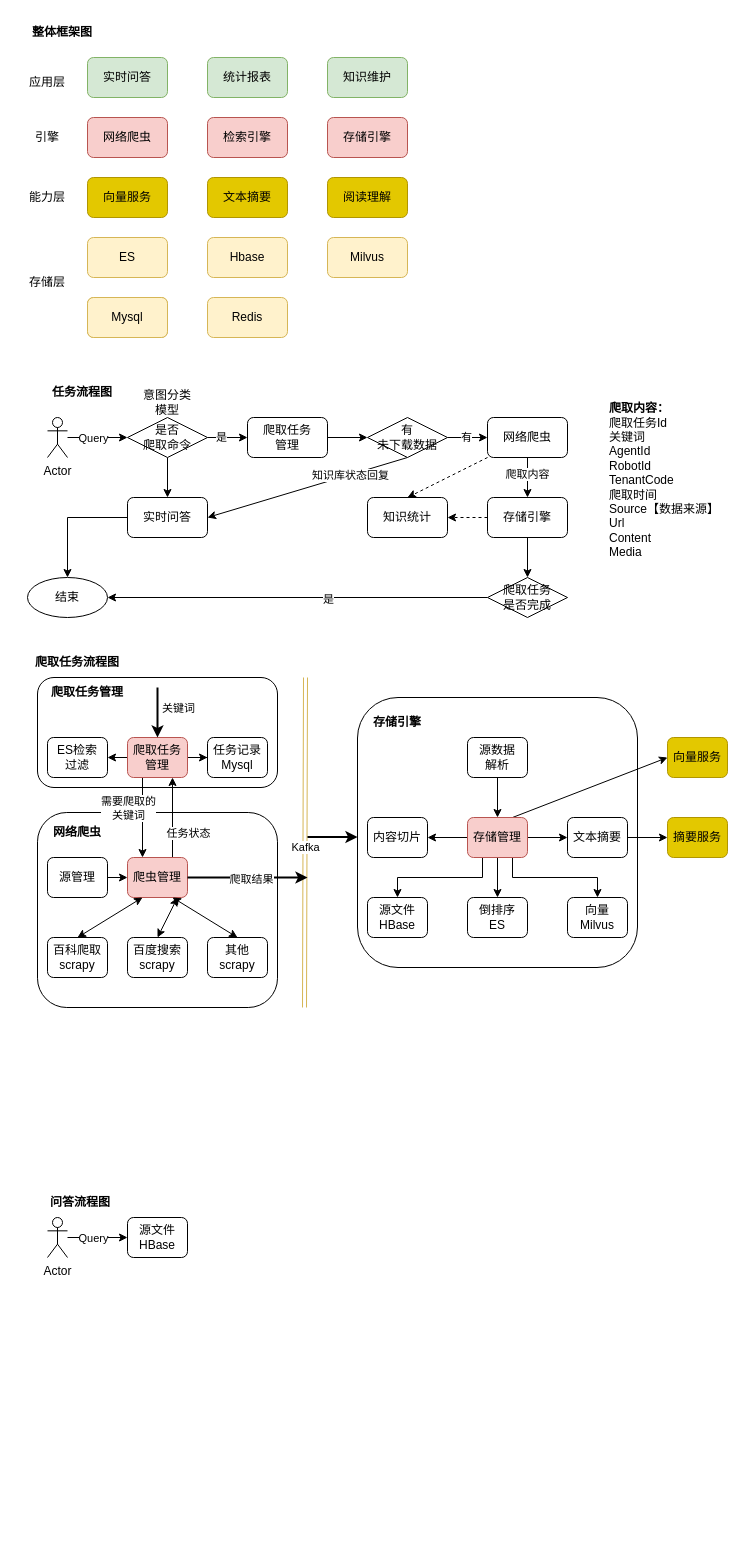
renzhan/drawio keeps this draw.io diagram as 实时问答WebPilot.drawio. Above is the earlier version. Source tidied: cells renumbered, new cells numbered last; positions are measured from the earlier drawing's top-left corner, leaving out a move shared by most shapes. Both pictures are drawn from the tidied source at 100%, with x=0, y=0 at pixel (17, 17).
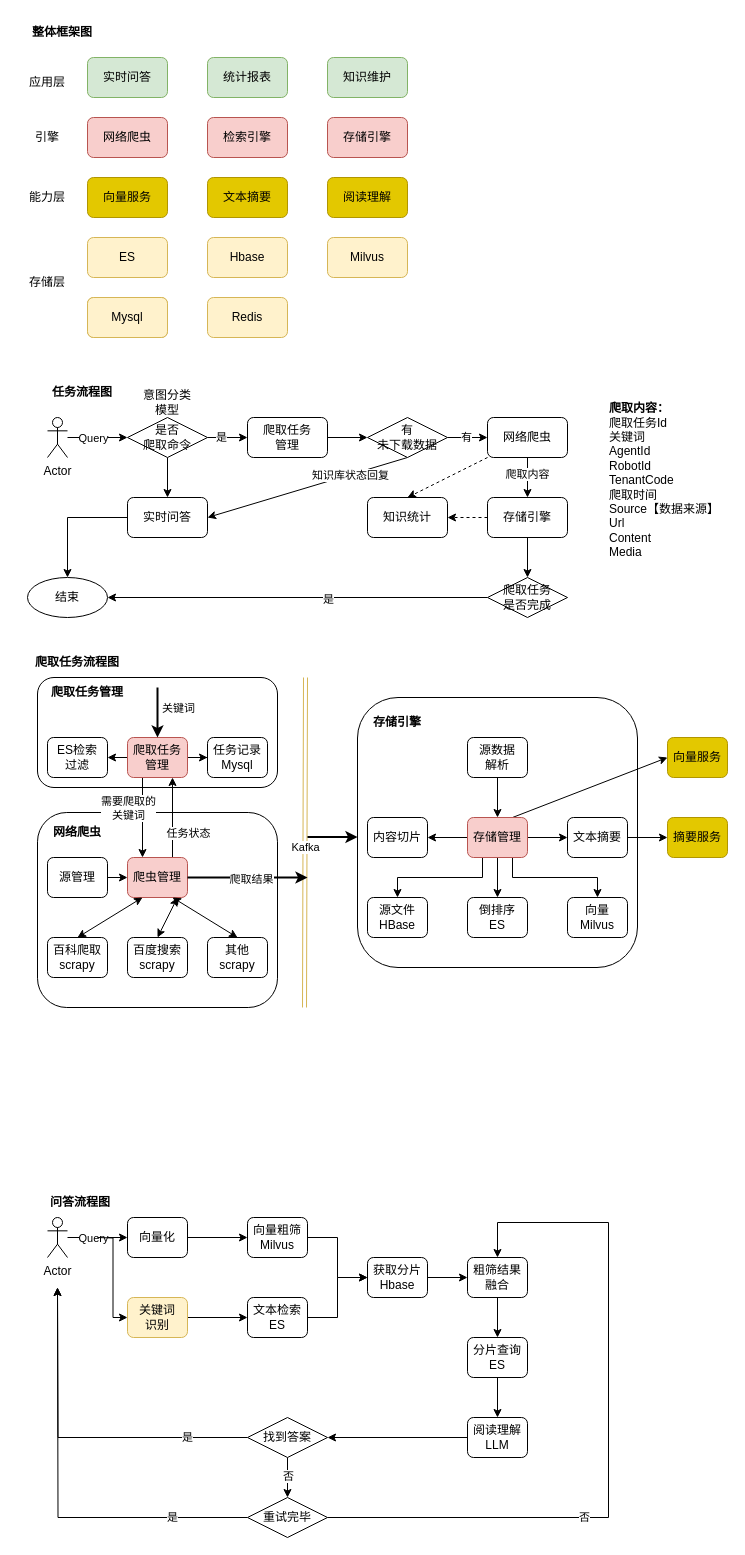
The same diagram, later.

What changed in the source:
```diff
@@
+    <mxCell id="107" style="edgeStyle=orthogonalEdgeStyle;rounded=0;jettySize=auto;html=1;exitX=1;exitY=0.5;exitDx=0;exitDy=0;entryX=0;entryY=0.5;entryDx=0;entryDy=0;" parent="1" edge="1" source="101" target="112">
+      <mxGeometry relative="1" as="geometry" />
+    </mxCell>
-    <mxCell id="101" value="源文件&lt;br&gt;HBase" style="rounded=1;whiteSpace=wrap;html=1;" parent="1" vertex="1">
+    <mxCell id="101" value="向量化" style="rounded=1;whiteSpace=wrap;html=1;" parent="1" vertex="1">
       <mxGeometry x="110" y="1200" width="60" height="40" as="geometry" />
     </mxCell>
@@
+    <mxCell id="108" style="edgeStyle=orthogonalEdgeStyle;rounded=0;jettySize=auto;html=1;exitX=1;exitY=0.5;exitDx=0;exitDy=0;entryX=0;entryY=0.5;entryDx=0;entryDy=0;" parent="1" edge="1" source="109" target="114">
+      <mxGeometry relative="1" as="geometry" />
+    </mxCell>
+    <mxCell id="109" value="关键词&lt;br&gt;识别" style="rounded=1;whiteSpace=wrap;html=1;fillColor=#fff2cc;strokeColor=#d6b656;" parent="1" vertex="1">
+      <mxGeometry x="110" y="1280" width="60" height="40" as="geometry" />
+    </mxCell>
+    <mxCell id="110" style="endArrow=classic;html=1;rounded=0;entryX=0;entryY=0.5;entryDx=0;entryDy=0;edgeStyle=orthogonalEdgeStyle;" parent="1" edge="1" target="109">
+      <mxGeometry relative="1" as="geometry">
+        <mxPoint x="80" y="1220" as="sourcePoint" />
+      </mxGeometry>
+    </mxCell>
+    <mxCell id="111" style="edgeStyle=orthogonalEdgeStyle;rounded=0;jettySize=auto;html=1;exitX=1;exitY=0.5;exitDx=0;exitDy=0;entryX=0;entryY=0.5;entryDx=0;entryDy=0;" parent="1" edge="1" source="112" target="132">
+      <mxGeometry relative="1" as="geometry" />
+    </mxCell>
+    <mxCell id="112" value="向量粗筛&lt;br&gt;Milvus" style="rounded=1;whiteSpace=wrap;html=1;" parent="1" vertex="1">
+      <mxGeometry x="230" y="1200" width="60" height="40" as="geometry" />
+    </mxCell>
+    <mxCell id="113" style="edgeStyle=orthogonalEdgeStyle;rounded=0;jettySize=auto;html=1;exitX=1;exitY=0.5;exitDx=0;exitDy=0;entryX=0;entryY=0.5;entryDx=0;entryDy=0;" parent="1" edge="1" source="132" target="116">
+      <mxGeometry relative="1" as="geometry" />
+    </mxCell>
+    <mxCell id="114" value="文本检索&lt;br&gt;ES" style="rounded=1;whiteSpace=wrap;html=1;" parent="1" vertex="1">
+      <mxGeometry x="230" y="1280" width="60" height="40" as="geometry" />
+    </mxCell>
+    <mxCell id="115" style="edgeStyle=orthogonalEdgeStyle;rounded=0;jettySize=auto;html=1;exitX=0.5;exitY=1;exitDx=0;exitDy=0;entryX=0.5;entryY=0;entryDx=0;entryDy=0;" parent="1" edge="1" source="116" target="118">
+      <mxGeometry relative="1" as="geometry" />
+    </mxCell>
+    <mxCell id="116" value="粗筛结果融合" style="rounded=1;whiteSpace=wrap;html=1;" parent="1" vertex="1">
+      <mxGeometry x="450" y="1240" width="60" height="40" as="geometry" />
+    </mxCell>
+    <mxCell id="117" style="edgeStyle=orthogonalEdgeStyle;rounded=0;jettySize=auto;html=1;exitX=0.5;exitY=1;exitDx=0;exitDy=0;" parent="1" edge="1" source="118" target="120">
+      <mxGeometry relative="1" as="geometry" />
+    </mxCell>
+    <mxCell id="118" value="分片查询&lt;br&gt;ES" style="rounded=1;whiteSpace=wrap;html=1;" parent="1" vertex="1">
+      <mxGeometry x="450" y="1320" width="60" height="40" as="geometry" />
+    </mxCell>
+    <mxCell id="119" style="edgeStyle=orthogonalEdgeStyle;rounded=0;jettySize=auto;html=1;exitX=0;exitY=0.5;exitDx=0;exitDy=0;entryX=1;entryY=0.5;entryDx=0;entryDy=0;" parent="1" edge="1" source="120" target="125">
+      <mxGeometry relative="1" as="geometry" />
+    </mxCell>
+    <mxCell id="120" value="阅读理解&lt;br&gt;LLM" style="rounded=1;whiteSpace=wrap;html=1;" parent="1" vertex="1">
+      <mxGeometry x="450" y="1400" width="60" height="40" as="geometry" />
+    </mxCell>
+    <mxCell id="121" style="edgeStyle=orthogonalEdgeStyle;rounded=0;jettySize=auto;html=1;exitX=0;exitY=0.5;exitDx=0;exitDy=0;" parent="1" edge="1" source="125">
+      <mxGeometry relative="1" as="geometry">
+        <mxPoint x="40" y="1270" as="targetPoint" />
+      </mxGeometry>
+    </mxCell>
+    <mxCell id="122" value="是" style="edgeLabel;html=1;align=center;verticalAlign=middle;" parent="121" vertex="1">
+      <mxGeometry x="-0.64" y="-1" relative="1" as="geometry" />
+    </mxCell>
+    <mxCell id="123" style="edgeStyle=orthogonalEdgeStyle;rounded=0;jettySize=auto;html=1;exitX=0.5;exitY=1;exitDx=0;exitDy=0;entryX=0.5;entryY=0;entryDx=0;entryDy=0;" parent="1" edge="1" source="125" target="130">
+      <mxGeometry relative="1" as="geometry" />
+    </mxCell>
+    <mxCell id="124" value="否" style="edgeLabel;html=1;align=center;verticalAlign=middle;" parent="123" vertex="1">
+      <mxGeometry x="-0.1" relative="1" as="geometry" />
+    </mxCell>
+    <mxCell id="125" value="找到答案" style="rhombus;whiteSpace=wrap;html=1;" parent="1" vertex="1">
+      <mxGeometry x="230" y="1400" width="80" height="40" as="geometry" />
+    </mxCell>
+    <mxCell id="126" style="edgeStyle=orthogonalEdgeStyle;rounded=0;jettySize=auto;html=1;exitX=0;exitY=0.5;exitDx=0;exitDy=0;" parent="1" edge="1" source="130">
+      <mxGeometry relative="1" as="geometry">
+        <mxPoint x="40" y="1270" as="targetPoint" />
+      </mxGeometry>
+    </mxCell>
+    <mxCell id="127" value="是" style="edgeLabel;html=1;align=center;verticalAlign=middle;" parent="126" vertex="1">
+      <mxGeometry x="-0.64" y="-1" relative="1" as="geometry" />
+    </mxCell>
+    <mxCell id="128" style="edgeStyle=orthogonalEdgeStyle;rounded=0;jettySize=auto;html=1;exitX=1;exitY=0.5;exitDx=0;exitDy=0;entryX=0.5;entryY=0;entryDx=0;entryDy=0;" parent="1" edge="1" source="130" target="116">
+      <mxGeometry relative="1" as="geometry">
+        <Array as="points">
+          <mxPoint x="591" y="1500" />
+          <mxPoint x="591" y="1205" />
+          <mxPoint x="480" y="1205" />
+        </Array>
+      </mxGeometry>
+    </mxCell>
+    <mxCell id="129" value="否" style="edgeLabel;html=1;align=center;verticalAlign=middle;" parent="128" vertex="1">
+      <mxGeometry x="-0.29" y="1" relative="1" as="geometry" />
+    </mxCell>
+    <mxCell id="130" value="重试完毕" style="rhombus;whiteSpace=wrap;html=1;" parent="1" vertex="1">
+      <mxGeometry x="230" y="1480" width="80" height="40" as="geometry" />
+    </mxCell>
+    <mxCell id="131" style="edgeStyle=orthogonalEdgeStyle;rounded=0;jettySize=auto;html=1;exitX=1;exitY=0.5;exitDx=0;exitDy=0;entryX=0;entryY=0.5;entryDx=0;entryDy=0;" parent="1" edge="1" source="114" target="132">
+      <mxGeometry relative="1" as="geometry" />
+    </mxCell>
+    <mxCell id="132" value="获取分片&lt;br&gt;Hbase" style="rounded=1;whiteSpace=wrap;html=1;" parent="1" vertex="1">
+      <mxGeometry x="350" y="1240" width="60" height="40" as="geometry" />
+    </mxCell>
```
